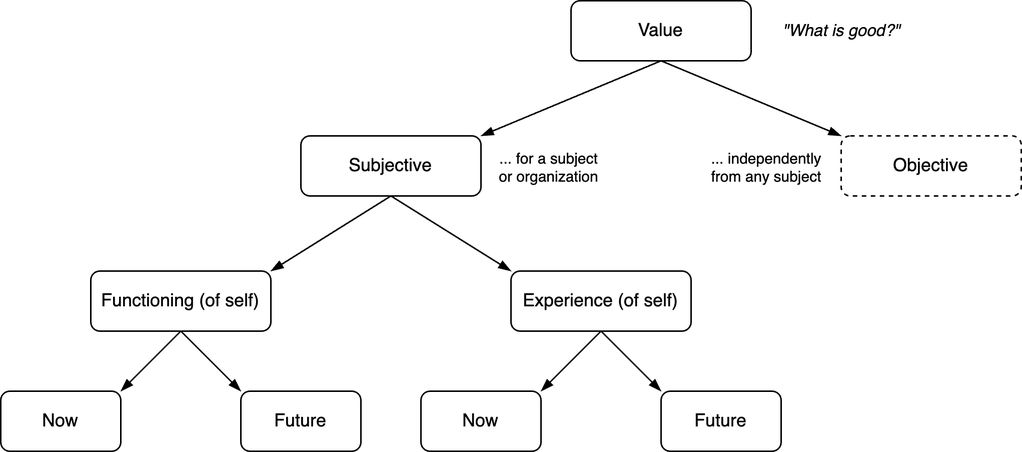
This is img/subjective-quality.png from voschezang/coding-handbook, a draw.io export, as it was before one commit. Source tidied: cells renumbered, new cells last; positions are measured from the earlier drawing's top-left corner, leaving out a move shared by most shapes.
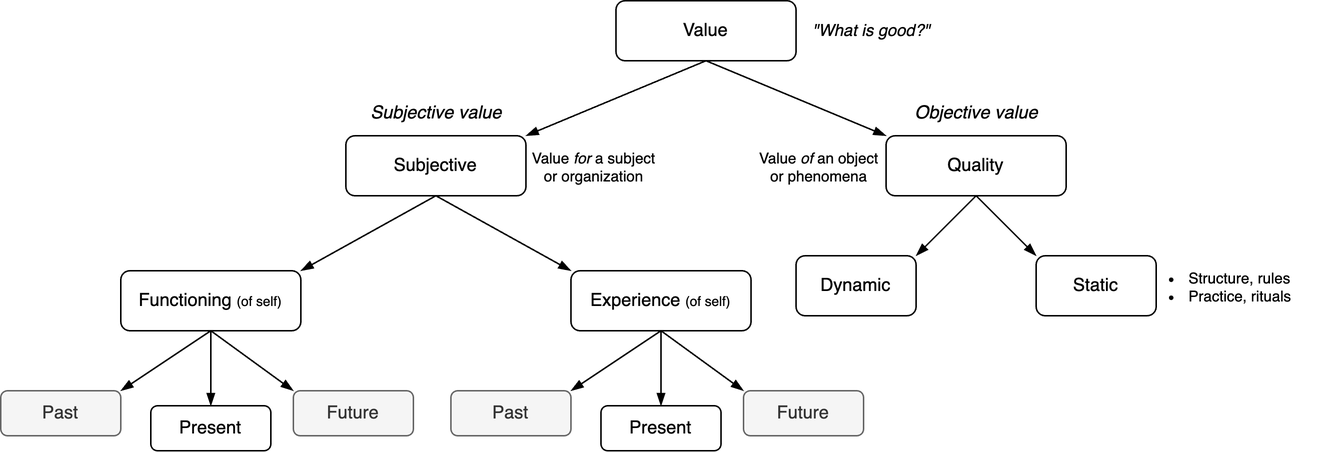
The same diagram one commit later.

Commit message:
extend value definition

What changed in the source:
```diff
@@ -3,10 +3,10 @@
     <mxCell id="0" />
     <mxCell id="1" parent="0" />
     <mxCell id="2" value="&lt;span&gt;Subjective&lt;/span&gt;" style="rounded=1;whiteSpace=wrap;html=1;fontStyle=0;" parent="1" vertex="1">
-      <mxGeometry x="200" y="90" width="120" height="40" as="geometry" />
+      <mxGeometry x="240" y="490" width="120" height="40" as="geometry" />
     </mxCell>
-    <mxCell id="3" value="&lt;span&gt;Objective&lt;/span&gt;" style="rounded=1;whiteSpace=wrap;html=1;fontStyle=0;strokeColor=default;dashed=1;" parent="1" vertex="1">
-      <mxGeometry x="560" y="90" width="120" height="40" as="geometry" />
+    <mxCell id="3" value="&lt;span&gt;Quality&lt;/span&gt;" style="rounded=1;whiteSpace=wrap;html=1;fontStyle=0;strokeColor=default;" parent="1" vertex="1">
+      <mxGeometry x="600" y="490" width="120" height="40" as="geometry" />
     </mxCell>
     <mxCell id="4" style="rounded=0;jettySize=auto;html=1;exitX=0.5;exitY=1;exitDx=0;exitDy=0;entryX=1;entryY=0;entryDx=0;entryDy=0;endArrow=blockThin;endFill=1;fontStyle=0;" parent="1" edge="1" source="6" target="2">
       <mxGeometry relative="1" as="geometry" />
@@ -15,58 +15,97 @@
       <mxGeometry relative="1" as="geometry" />
     </mxCell>
     <mxCell id="6" value="&lt;span&gt;Value&lt;/span&gt;" style="rounded=1;whiteSpace=wrap;html=1;fontStyle=0;" parent="1" vertex="1">
-      <mxGeometry x="380" width="120" height="40" as="geometry" />
+      <mxGeometry x="420" y="400" width="120" height="40" as="geometry" />
     </mxCell>
-    <mxCell id="7" style="edgeStyle=none;shape=connector;rounded=0;jettySize=auto;html=1;exitX=0.5;exitY=1;exitDx=0;exitDy=0;entryX=1;entryY=0;entryDx=0;entryDy=0;labelBackgroundColor=default;strokeColor=default;align=center;verticalAlign=middle;fontFamily=Helvetica;fontSize=11;fontColor=default;endArrow=blockThin;endFill=1;fontStyle=0;" parent="1" edge="1" source="9" target="14">
+    <mxCell id="7" style="edgeStyle=none;shape=connector;rounded=0;jettySize=auto;html=1;exitX=0.5;exitY=1;exitDx=0;exitDy=0;entryX=1;entryY=0;entryDx=0;entryDy=0;labelBackgroundColor=default;strokeColor=default;align=center;verticalAlign=middle;fontFamily=Helvetica;fontSize=11;fontColor=default;endArrow=blockThin;endFill=1;fontStyle=0;" parent="1" edge="1" source="10" target="15">
       <mxGeometry relative="1" as="geometry" />
     </mxCell>
-    <mxCell id="8" style="edgeStyle=none;shape=connector;rounded=0;jettySize=auto;html=1;exitX=0.5;exitY=1;exitDx=0;exitDy=0;entryX=0;entryY=0;entryDx=0;entryDy=0;labelBackgroundColor=default;strokeColor=default;align=center;verticalAlign=middle;fontFamily=Helvetica;fontSize=11;fontColor=default;endArrow=blockThin;endFill=1;fontStyle=0;" parent="1" edge="1" source="9" target="13">
+    <mxCell id="8" style="edgeStyle=none;shape=connector;rounded=0;jettySize=auto;html=1;exitX=0.5;exitY=1;exitDx=0;exitDy=0;entryX=0;entryY=0;entryDx=0;entryDy=0;labelBackgroundColor=default;strokeColor=default;align=center;verticalAlign=middle;fontFamily=Helvetica;fontSize=11;fontColor=default;endArrow=blockThin;endFill=1;fontStyle=0;" parent="1" edge="1" source="10" target="14">
       <mxGeometry relative="1" as="geometry" />
     </mxCell>
-    <mxCell id="9" value="&lt;span&gt;Functioning&lt;/span&gt; (of self)" style="rounded=1;whiteSpace=wrap;html=1;fontStyle=0;" parent="1" vertex="1">
-      <mxGeometry x="60" y="180" width="120" height="40" as="geometry" />
+    <mxCell id="9" style="edgeStyle=none;shape=connector;rounded=0;jettySize=auto;html=1;exitX=0.5;exitY=1;exitDx=0;exitDy=0;entryX=0.5;entryY=0;entryDx=0;entryDy=0;labelBackgroundColor=default;strokeColor=default;align=center;verticalAlign=middle;fontFamily=Helvetica;fontSize=11;fontColor=default;endArrow=blockThin;endFill=1;" parent="1" edge="1" source="10" target="25">
+      <mxGeometry relative="1" as="geometry" />
     </mxCell>
-    <mxCell id="10" value="&lt;span&gt;Experience&lt;/span&gt; (of self)" style="rounded=1;whiteSpace=wrap;html=1;fontStyle=0;" parent="1" vertex="1">
-      <mxGeometry x="340" y="180" width="120" height="40" as="geometry" />
+    <mxCell id="10" value="&lt;span&gt;Functioning&amp;nbsp;&lt;/span&gt;&lt;font style=&quot;font-size: 9px;&quot;&gt;(of self)&lt;/font&gt;" style="rounded=1;whiteSpace=wrap;html=1;fontStyle=0;" parent="1" vertex="1">
+      <mxGeometry x="90" y="580" width="120" height="40" as="geometry" />
     </mxCell>
-    <mxCell id="11" style="rounded=0;jettySize=auto;html=1;exitX=0.5;exitY=1;exitDx=0;exitDy=0;entryX=1;entryY=0;entryDx=0;entryDy=0;endArrow=blockThin;endFill=1;fontStyle=0;" parent="1" edge="1" source="2" target="9">
-      <mxGeometry relative="1" as="geometry" />
+    <mxCell id="11" value="&lt;span&gt;Experience&lt;/span&gt; &lt;font style=&quot;font-size: 9px;&quot;&gt;(of self)&lt;/font&gt;" style="rounded=1;whiteSpace=wrap;html=1;fontStyle=0;" parent="1" vertex="1">
+      <mxGeometry x="390" y="580" width="120" height="40" as="geometry" />
     </mxCell>
-    <mxCell id="12" style="edgeStyle=none;shape=connector;rounded=0;jettySize=auto;html=1;entryX=0;entryY=0;entryDx=0;entryDy=0;labelBackgroundColor=default;strokeColor=default;align=center;verticalAlign=middle;fontFamily=Helvetica;fontSize=11;fontColor=default;endArrow=blockThin;endFill=1;fontStyle=0;" parent="1" edge="1" target="10">
-      <mxGeometry relative="1" as="geometry">
-        <mxPoint x="260" y="130" as="sourcePoint" />
-      </mxGeometry>
+    <mxCell id="12" style="rounded=0;jettySize=auto;html=1;exitX=0.5;exitY=1;exitDx=0;exitDy=0;entryX=1;entryY=0;entryDx=0;entryDy=0;endArrow=blockThin;endFill=1;fontStyle=0;" parent="1" edge="1" source="2" target="10">
+      <mxGeometry relative="1" as="geometry" />
     </mxCell>
-    <mxCell id="13" value="&lt;span style=&quot;&quot;&gt;Future&lt;/span&gt;" style="rounded=1;whiteSpace=wrap;html=1;fontStyle=0;" parent="1" vertex="1">
-      <mxGeometry x="160" y="260" width="80" height="40" as="geometry" />
+    <mxCell id="13" style="edgeStyle=none;shape=connector;rounded=0;jettySize=auto;html=1;entryX=0;entryY=0;entryDx=0;entryDy=0;labelBackgroundColor=default;strokeColor=default;align=center;verticalAlign=middle;fontFamily=Helvetica;fontSize=11;fontColor=default;endArrow=blockThin;endFill=1;fontStyle=0;" parent="1" edge="1" target="11">
+      <mxGeometry relative="1" as="geometry">
+        <mxPoint x="300" y="530" as="sourcePoint" />
+      </mxGeometry>
     </mxCell>
-    <mxCell id="14" value="&lt;span style=&quot;&quot;&gt;Now&lt;/span&gt;" style="rounded=1;whiteSpace=wrap;html=1;fontStyle=0;" parent="1" vertex="1">
-      <mxGeometry y="260" width="80" height="40" as="geometry" />
+    <mxCell id="14" value="&lt;span style=&quot;&quot;&gt;Future&lt;/span&gt;" style="rounded=1;whiteSpace=wrap;html=1;fontStyle=0;fillColor=#f5f5f5;fontColor=#333333;strokeColor=#666666;" parent="1" vertex="1">
+      <mxGeometry x="205" y="660" width="80" height="30" as="geometry" />
     </mxCell>
-    <mxCell id="15" style="edgeStyle=none;shape=connector;rounded=0;jettySize=auto;html=1;exitX=0.5;exitY=1;exitDx=0;exitDy=0;entryX=1;entryY=0;entryDx=0;entryDy=0;labelBackgroundColor=default;strokeColor=default;align=center;verticalAlign=middle;fontFamily=Helvetica;fontSize=11;fontColor=default;endArrow=blockThin;endFill=1;fontStyle=0;" parent="1" edge="1" target="18">
-      <mxGeometry relative="1" as="geometry">
-        <mxPoint x="400" y="220" as="sourcePoint" />
-      </mxGeometry>
+    <mxCell id="15" value="&lt;span style=&quot;&quot;&gt;Past&lt;/span&gt;" style="rounded=1;whiteSpace=wrap;html=1;fontStyle=0;fillColor=#f5f5f5;fontColor=#333333;strokeColor=#666666;" parent="1" vertex="1">
+      <mxGeometry x="10" y="660" width="80" height="30" as="geometry" />
     </mxCell>
-    <mxCell id="16" style="edgeStyle=none;shape=connector;rounded=0;jettySize=auto;html=1;exitX=0.5;exitY=1;exitDx=0;exitDy=0;entryX=0;entryY=0;entryDx=0;entryDy=0;labelBackgroundColor=default;strokeColor=default;align=center;verticalAlign=middle;fontFamily=Helvetica;fontSize=11;fontColor=default;endArrow=blockThin;endFill=1;fontStyle=0;" parent="1" edge="1" target="17">
-      <mxGeometry relative="1" as="geometry">
-        <mxPoint x="400" y="220" as="sourcePoint" />
-      </mxGeometry>
+    <mxCell id="16" value="&lt;i&gt;&quot;What is good?&quot;&lt;/i&gt;" style="text;html=1;align=center;verticalAlign=middle;strokeColor=none;fillColor=none;fontSize=11;fontFamily=Helvetica;fontColor=default;fontStyle=0;" parent="1" vertex="1">
+      <mxGeometry x="540" y="405" width="100" height="30" as="geometry" />
     </mxCell>
-    <mxCell id="17" value="&lt;span style=&quot;&quot;&gt;Future&lt;/span&gt;" style="rounded=1;whiteSpace=wrap;html=1;fontStyle=0;" parent="1" vertex="1">
-      <mxGeometry x="440" y="260" width="80" height="40" as="geometry" />
+    <mxCell id="17" value="Value &lt;i&gt;for&lt;/i&gt; a subject &lt;br style=&quot;font-size: 10px;&quot;&gt;or organization" style="text;html=1;align=center;verticalAlign=middle;points=[];strokeColor=none;fillColor=none;fontSize=10;fontFamily=Helvetica;fontColor=default;fontStyle=0;" parent="1" vertex="1">
+      <mxGeometry x="350" y="490" width="110" height="40" as="geometry" />
     </mxCell>
-    <mxCell id="18" value="&lt;span style=&quot;&quot;&gt;Now&lt;/span&gt;" style="rounded=1;whiteSpace=wrap;html=1;fontStyle=0;" parent="1" vertex="1">
-      <mxGeometry x="280" y="260" width="80" height="40" as="geometry" />
+    <mxCell id="18" value="Value &lt;i&gt;of&lt;/i&gt; an object &lt;br&gt;or phenomena" style="text;html=1;align=center;verticalAlign=middle;points=[];strokeColor=none;fillColor=none;fontSize=10;fontFamily=Helvetica;fontColor=default;fontStyle=0;" parent="1" vertex="1">
+      <mxGeometry x="505" y="490" width="100" height="40" as="geometry" />
     </mxCell>
-    <mxCell id="19" value="&lt;i&gt;&quot;What is good?&quot;&lt;/i&gt;" style="text;html=1;align=center;verticalAlign=middle;strokeColor=none;fillColor=none;fontSize=11;fontFamily=Helvetica;fontColor=default;fontStyle=0;" parent="1" vertex="1">
-      <mxGeometry x="510" y="5" width="100" height="30" as="geometry" />
+    <mxCell id="19" value="Objective value" style="text;html=1;align=center;verticalAlign=middle;strokeColor=none;fillColor=none;fontStyle=2;" parent="1" vertex="1">
+      <mxGeometry x="605" y="460" width="110" height="30" as="geometry" />
     </mxCell>
-    <mxCell id="20" value="... for a subject &lt;br style=&quot;font-size: 10px;&quot;&gt;or organization" style="text;html=1;align=center;verticalAlign=middle;strokeColor=none;fillColor=none;fontSize=10;fontFamily=Helvetica;fontColor=default;fontStyle=0;" parent="1" vertex="1">
-      <mxGeometry x="320" y="90" width="90" height="40" as="geometry" />
+    <mxCell id="20" value="Subjective value" style="text;html=1;align=center;verticalAlign=middle;strokeColor=none;fillColor=none;fontStyle=2;" parent="1" vertex="1">
+      <mxGeometry x="245" y="460" width="110" height="30" as="geometry" />
     </mxCell>
-    <mxCell id="21" value="... independently &lt;br style=&quot;font-size: 10px;&quot;&gt;from any subject" style="text;html=1;align=center;verticalAlign=middle;points=[];strokeColor=none;fillColor=none;fontSize=10;fontFamily=Helvetica;fontColor=default;fontStyle=0;" parent="1" vertex="1">
-      <mxGeometry x="460" y="90" width="100" height="40" as="geometry" />
+    <mxCell id="21" value="Dynamic" style="rounded=1;whiteSpace=wrap;html=1;fontStyle=0;" parent="1" vertex="1">
+      <mxGeometry x="540" y="570" width="80" height="40" as="geometry" />
     </mxCell>
+    <mxCell id="22" value="Static" style="rounded=1;whiteSpace=wrap;html=1;fontStyle=0;" parent="1" vertex="1">
+      <mxGeometry x="700" y="570" width="80" height="40" as="geometry" />
+    </mxCell>
+    <mxCell id="23" style="rounded=0;jettySize=auto;html=1;exitX=0.5;exitY=1;exitDx=0;exitDy=0;entryX=1;entryY=0;entryDx=0;entryDy=0;endArrow=blockThin;endFill=1;fontStyle=0;" parent="1" edge="1" target="21">
+      <mxGeometry relative="1" as="geometry">
+        <mxPoint x="660" y="530" as="sourcePoint" />
+      </mxGeometry>
+    </mxCell>
+    <mxCell id="24" style="edgeStyle=none;shape=connector;rounded=0;jettySize=auto;html=1;entryX=0;entryY=0;entryDx=0;entryDy=0;labelBackgroundColor=default;strokeColor=default;align=center;verticalAlign=middle;fontFamily=Helvetica;fontSize=11;fontColor=default;endArrow=blockThin;endFill=1;fontStyle=0;" parent="1" edge="1" target="22">
+      <mxGeometry relative="1" as="geometry">
+        <mxPoint x="660" y="530" as="sourcePoint" />
+      </mxGeometry>
+    </mxCell>
+    <mxCell id="25" value="&lt;span style=&quot;&quot;&gt;Present&lt;/span&gt;" style="rounded=1;whiteSpace=wrap;html=1;fontStyle=0;" parent="1" vertex="1">
+      <mxGeometry x="110" y="670" width="80" height="30" as="geometry" />
+    </mxCell>
+    <mxCell id="26" style="edgeStyle=none;shape=connector;rounded=0;jettySize=auto;html=1;exitX=0.5;exitY=1;exitDx=0;exitDy=0;entryX=1;entryY=0;entryDx=0;entryDy=0;labelBackgroundColor=default;strokeColor=default;align=center;verticalAlign=middle;fontFamily=Helvetica;fontSize=11;fontColor=default;endArrow=blockThin;endFill=1;fontStyle=0;" parent="1" edge="1" target="30">
+      <mxGeometry relative="1" as="geometry">
+        <mxPoint x="450" y="620" as="sourcePoint" />
+      </mxGeometry>
+    </mxCell>
+    <mxCell id="27" style="edgeStyle=none;shape=connector;rounded=0;jettySize=auto;html=1;exitX=0.5;exitY=1;exitDx=0;exitDy=0;entryX=0;entryY=0;entryDx=0;entryDy=0;labelBackgroundColor=default;strokeColor=default;align=center;verticalAlign=middle;fontFamily=Helvetica;fontSize=11;fontColor=default;endArrow=blockThin;endFill=1;fontStyle=0;" parent="1" edge="1" target="29">
+      <mxGeometry relative="1" as="geometry">
+        <mxPoint x="450" y="620" as="sourcePoint" />
+      </mxGeometry>
+    </mxCell>
+    <mxCell id="28" style="edgeStyle=none;shape=connector;rounded=0;jettySize=auto;html=1;exitX=0.5;exitY=1;exitDx=0;exitDy=0;entryX=0.5;entryY=0;entryDx=0;entryDy=0;labelBackgroundColor=default;strokeColor=default;align=center;verticalAlign=middle;fontFamily=Helvetica;fontSize=11;fontColor=default;endArrow=blockThin;endFill=1;" parent="1" edge="1" target="31">
+      <mxGeometry relative="1" as="geometry">
+        <mxPoint x="450" y="620" as="sourcePoint" />
+      </mxGeometry>
+    </mxCell>
+    <mxCell id="29" value="&lt;span style=&quot;&quot;&gt;Future&lt;/span&gt;" style="rounded=1;whiteSpace=wrap;html=1;fontStyle=0;fillColor=#f5f5f5;fontColor=#333333;strokeColor=#666666;" parent="1" vertex="1">
+      <mxGeometry x="505" y="660" width="80" height="30" as="geometry" />
+    </mxCell>
+    <mxCell id="30" value="&lt;span style=&quot;&quot;&gt;Past&lt;/span&gt;" style="rounded=1;whiteSpace=wrap;html=1;fontStyle=0;fillColor=#f5f5f5;fontColor=#333333;strokeColor=#666666;" parent="1" vertex="1">
+      <mxGeometry x="310" y="660" width="80" height="30" as="geometry" />
+    </mxCell>
+    <mxCell id="31" value="&lt;span style=&quot;&quot;&gt;Present&lt;/span&gt;" style="rounded=1;whiteSpace=wrap;html=1;fontStyle=0;" parent="1" vertex="1">
+      <mxGeometry x="410" y="670" width="80" height="30" as="geometry" />
+    </mxCell>
+    <mxCell id="32" value="&lt;ul&gt;&lt;li&gt;Structure, rules&lt;/li&gt;&lt;li&gt;Practice, rituals&lt;/li&gt;&lt;/ul&gt;" style="text;html=1;align=left;verticalAlign=middle;strokeColor=none;fillColor=none;fontSize=10;fontFamily=Helvetica;fontColor=default;fontStyle=0;" parent="1" vertex="1">
+      <mxGeometry x="760" y="560" width="130" height="60" as="geometry" />
+    </mxCell>
   </root>
 </mxGraphModel>
```
